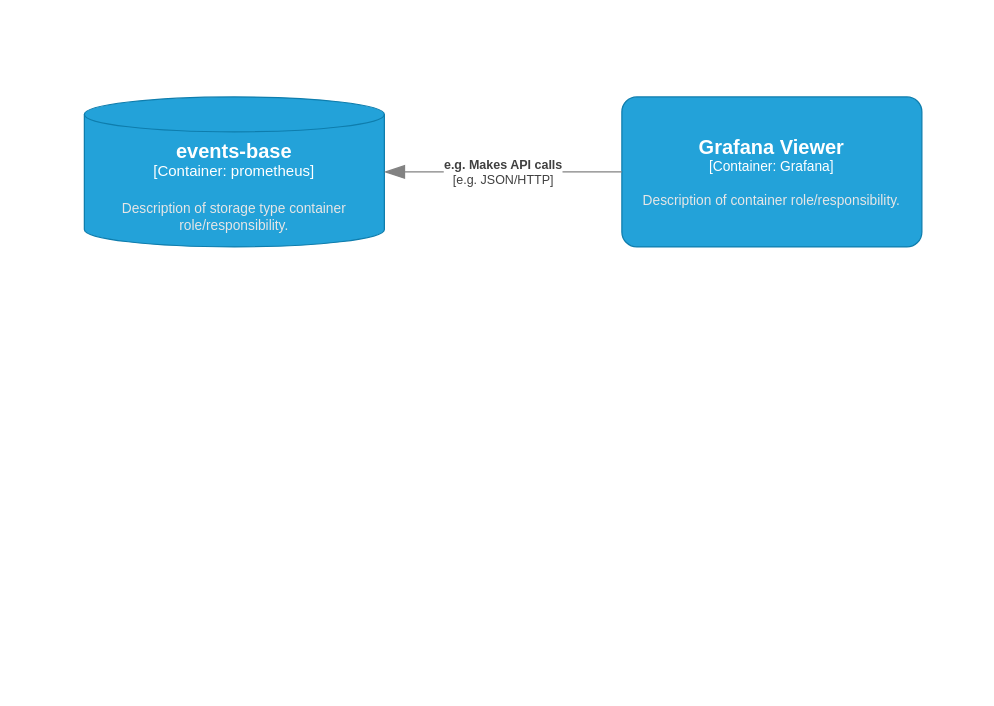
lfpicoloto1/stuffs keeps this draw.io diagram as Diagrama sem nome.drawio. Above is the earlier version. Source tidied: cells renumbered, new cells numbered last; positions are measured from the earlier drawing's top-left corner, leaving out a move shared by most shapes. Both pictures are drawn from the tidied source at 125%, with x=0, y=0 at pixel (84, 96).
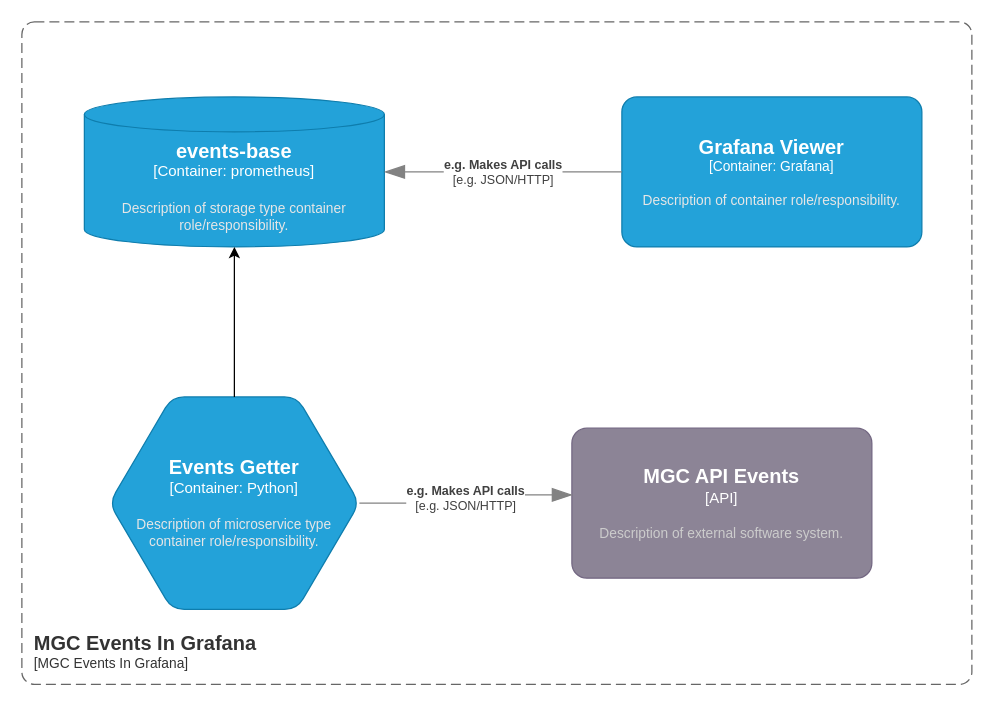
The same page after the edit.

Change to the diagram source:
```diff
@@
 <mxGraphModel>
   <root>
     <mxCell id="0" />
     <mxCell id="1" parent="0" />
     <object id="2" label="&lt;font style=&quot;font-size: 16px&quot;&gt;&lt;b&gt;%c4Name%&lt;/b&gt;&lt;/font&gt;&lt;div&gt;[%c4Type%:&amp;nbsp;%c4Technology%]&lt;/div&gt;&lt;br&gt;&lt;div&gt;&lt;font style=&quot;font-size: 11px&quot;&gt;&lt;font color=&quot;#E6E6E6&quot;&gt;%c4Description%&lt;/font&gt;&lt;/div&gt;" c4Description="Description of storage type container role/responsibility." c4Name="events-base" c4Technology="prometheus" c4Type="Container" placeholders="1">
       <mxCell style="shape=cylinder3;size=14;whiteSpace=wrap;html=1;boundedLbl=1;rounded=0;labelBackgroundColor=none;fillColor=#23A2D9;fontSize=12;fontColor=#ffffff;align=center;strokeColor=#0E7DAD;points=[[0.5,0,0],[1,0.25,0],[1,0.5,0],[1,0.75,0],[0.5,1,0],[0,0.75,0],[0,0.5,0],[0,0.25,0]];" parent="1" vertex="1">
         <mxGeometry width="240" height="120" as="geometry" />
       </mxCell>
     </object>
     <object id="3" label="&lt;font style=&quot;font-size: 16px&quot;&gt;&lt;b&gt;%c4Name%&lt;/b&gt;&lt;/font&gt;&lt;div&gt;[%c4Type%: %c4Technology%]&lt;/div&gt;&lt;br&gt;&lt;div&gt;&lt;font style=&quot;font-size: 11px&quot;&gt;&lt;font color=&quot;#E6E6E6&quot;&gt;%c4Description%&lt;/font&gt;&lt;/div&gt;" c4Description="Description of container role/responsibility." c4Name="Grafana Viewer" c4Technology="Grafana" c4Type="Container" placeholders="1">
       <mxCell style="rounded=1;whiteSpace=wrap;html=1;fontSize=11;labelBackgroundColor=none;fillColor=#23A2D9;fontColor=#ffffff;align=center;arcSize=10;strokeColor=#0E7DAD;points=[[0.25,0,0],[0.5,0,0],[0.75,0,0],[1,0.25,0],[1,0.5,0],[1,0.75,0],[0.75,1,0],[0.5,1,0],[0.25,1,0],[0,0.75,0],[0,0.5,0],[0,0.25,0]];" parent="1" vertex="1">
         <mxGeometry x="430" width="240" height="120" as="geometry" />
       </mxCell>
     </object>
     <object id="4" label="&lt;div style=&quot;text-align: left&quot;&gt;&lt;div style=&quot;text-align: center&quot;&gt;&lt;b&gt;%c4Description%&lt;/b&gt;&lt;/div&gt;&lt;div style=&quot;text-align: center&quot;&gt;[%c4Technology%]&lt;/div&gt;&lt;/div&gt;" c4Description="e.g. Makes API calls" c4Technology="e.g. JSON/HTTP" placeholders="1">
       <mxCell style="endArrow=blockThin;html=1;fontSize=10;fontColor=#404040;strokeWidth=1;endFill=1;strokeColor=#828282;elbow=vertical;endSize=14;startSize=14;jumpStyle=arc;jumpSize=16;rounded=0;edgeStyle=orthogonalEdgeStyle;exitX=0;exitY=0.5;exitDx=0;exitDy=0;exitPerimeter=0;entryX=1;entryY=0.5;entryDx=0;entryDy=0;entryPerimeter=0;" parent="1" edge="1" source="3" target="2">
         <mxGeometry relative="1" as="geometry" />
       </mxCell>
     </object>
+    <object id="5" label="&lt;font style=&quot;font-size: 16px&quot;&gt;&lt;b&gt;%c4Name%&lt;/b&gt;&lt;/font&gt;&lt;div&gt;[%c4Type%:&amp;nbsp;%c4Technology%]&lt;/div&gt;&lt;br&gt;&lt;div&gt;&lt;font style=&quot;font-size: 11px&quot;&gt;&lt;font color=&quot;#E6E6E6&quot;&gt;%c4Description%&lt;/font&gt;&lt;/div&gt;" c4Description="Description of microservice type container role/responsibility." c4Name="Events Getter" c4Technology="Python" c4Type="Container" placeholders="1">
+      <mxCell style="shape=hexagon;size=50;perimeter=hexagonPerimeter2;whiteSpace=wrap;html=1;fixedSize=1;rounded=1;labelBackgroundColor=none;fillColor=#23A2D9;fontSize=12;fontColor=#ffffff;align=center;strokeColor=#0E7DAD;points=[[0.5,0,0],[1,0.25,0],[1,0.5,0],[1,0.75,0],[0.5,1,0],[0,0.75,0],[0,0.5,0],[0,0.25,0]];" parent="1" vertex="1">
+        <mxGeometry x="20" y="240" width="200" height="170" as="geometry" />
+      </mxCell>
+    </object>
+    <object id="6" label="&lt;font style=&quot;font-size: 16px&quot;&gt;&lt;b&gt;%c4Name%&lt;/b&gt;&lt;/font&gt;&lt;div&gt;[%c4Type%]&lt;/div&gt;&lt;br&gt;&lt;div&gt;&lt;font style=&quot;font-size: 11px&quot;&gt;&lt;font color=&quot;#cccccc&quot;&gt;%c4Description%&lt;/font&gt;&lt;/div&gt;" c4Description="Description of external software system." c4Name="MGC API Events" c4Type="API" placeholders="1">
+      <mxCell style="rounded=1;whiteSpace=wrap;html=1;labelBackgroundColor=none;fillColor=#8C8496;fontColor=#ffffff;align=center;arcSize=10;strokeColor=#736782;points=[[0.25,0,0],[0.5,0,0],[0.75,0,0],[1,0.25,0],[1,0.5,0],[1,0.75,0],[0.75,1,0],[0.5,1,0],[0.25,1,0],[0,0.75,0],[0,0.5,0],[0,0.25,0]];" parent="1" vertex="1">
+        <mxGeometry x="390" y="265" width="240" height="120" as="geometry" />
+      </mxCell>
+    </object>
+    <object id="7" label="&lt;div style=&quot;text-align: left&quot;&gt;&lt;div style=&quot;text-align: center&quot;&gt;&lt;b&gt;%c4Description%&lt;/b&gt;&lt;/div&gt;&lt;div style=&quot;text-align: center&quot;&gt;[%c4Technology%]&lt;/div&gt;&lt;/div&gt;" c4Description="e.g. Makes API calls" c4Technology="e.g. JSON/HTTP" placeholders="1">
+      <mxCell style="endArrow=blockThin;html=1;fontSize=10;fontColor=#404040;strokeWidth=1;endFill=1;strokeColor=#828282;elbow=vertical;endSize=14;startSize=14;jumpStyle=arc;jumpSize=16;rounded=0;edgeStyle=orthogonalEdgeStyle;exitX=1;exitY=0.5;exitDx=0;exitDy=0;exitPerimeter=0;entryX=0.002;entryY=0.445;entryDx=0;entryDy=0;entryPerimeter=0;" parent="1" edge="1" source="5" target="6">
+        <mxGeometry relative="1" as="geometry" />
+      </mxCell>
+    </object>
+    <mxCell id="8" style="edgeStyle=orthogonalEdgeStyle;rounded=0;jettySize=auto;html=1;entryX=0.5;entryY=1;entryDx=0;entryDy=0;entryPerimeter=0;" parent="1" edge="1" source="5" target="2">
+      <mxGeometry relative="1" as="geometry" />
+    </mxCell>
+    <object id="9" label="&lt;font style=&quot;font-size: 16px&quot;&gt;&lt;b&gt;&lt;div style=&quot;text-align: left&quot;&gt;%c4Name%&lt;/div&gt;&lt;/b&gt;&lt;/font&gt;&lt;div style=&quot;text-align: left&quot;&gt;[%c4Application%]&lt;/div&gt;" c4Application="MGC Events In Grafana" c4Name="MGC Events In Grafana" placeholders="1">
+      <mxCell style="rounded=1;fontSize=11;whiteSpace=wrap;html=1;dashed=1;arcSize=20;fillColor=none;strokeColor=#666666;fontColor=#333333;labelBackgroundColor=none;align=left;verticalAlign=bottom;labelBorderColor=none;spacingTop=0;spacing=10;dashPattern=8 4;perimeter=rectanglePerimeter;noLabel=0;labelPadding=0;absoluteArcSize=1;" parent="1" vertex="1">
+        <mxGeometry x="-50" y="-60" width="760" height="530" as="geometry" />
+      </mxCell>
+    </object>
   </root>
 </mxGraphModel>
```
